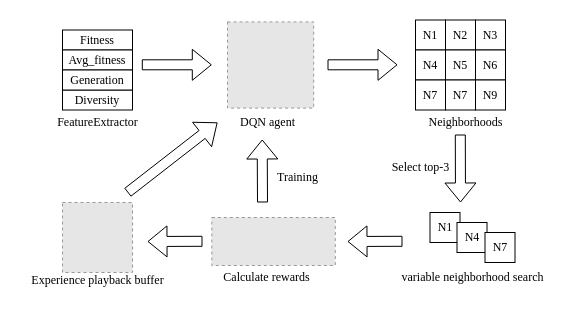
aslongaslihappy/algorithm keeps this draw.io diagram as DQN_Local)serch.drawio. Above is the earlier version. Source tidied: cells renumbered, new cells numbered last; positions are measured from the earlier drawing's top-left corner, leaving out a move shared by most shapes. Both pictures are drawn from the tidied source at 100%, with x=0, y=0 at pixel (17, 20). Pictures stored in the file or linked from it are replaced by grey dashed boxes.
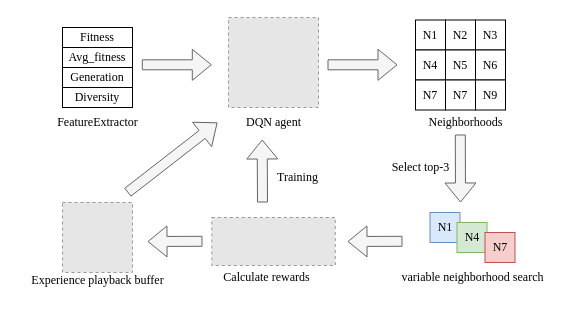
Above is the later version.

Change to the diagram source:
```diff
@@
     <mxCell id="2" value="DQN agent" style="text;html=1;align=center;verticalAlign=middle;strokeColor=none;fillColor=none;fontFamily=Times New Roman;" parent="1" vertex="1">
-      <mxGeometry x="210" y="87" width="80" height="30" as="geometry" />
+      <mxGeometry x="216" y="87" width="80" height="30" as="geometry" />
     </mxCell>
@@
     <mxCell id="5" style="fillColor=#E6E6E6;strokeColor=#999999;dashed=1;verticalLabelPosition=bottom;labelBackgroundColor=default;verticalAlign=top;fontFamily=Times New Roman;" parent="1" vertex="1">
-      <mxGeometry x="210" y="1.4" width="86.2" height="86.2" as="geometry" />
+      <mxGeometry x="211" y="-3" width="90" height="90" as="geometry" />
     </mxCell>
@@
-    <mxCell id="7" style="shape=flexArrow;endArrow=classic;html=1;rounded=0;fontFamily=Times New Roman;" parent="1" edge="1">
+    <mxCell id="7" style="shape=flexArrow;endArrow=classic;html=1;rounded=0;fontFamily=Times New Roman;fillColor=#f5f5f5;strokeColor=#666666;" parent="1" edge="1">
       <mxGeometry relative="1" as="geometry">
         <mxPoint x="310" y="44.3" as="sourcePoint" />
         <mxPoint x="380" y="44.3" as="targetPoint" />
       </mxGeometry>
     </mxCell>
-    <mxCell id="8" style="shape=flexArrow;endArrow=classic;html=1;rounded=0;fontFamily=Times New Roman;" parent="1" edge="1">
+    <mxCell id="8" style="shape=flexArrow;endArrow=classic;html=1;rounded=0;fontFamily=Times New Roman;fillColor=#f5f5f5;strokeColor=#666666;" parent="1" edge="1">
       <mxGeometry relative="1" as="geometry">
         <mxPoint x="124.3" y="44.3" as="sourcePoint" />
         <mxPoint x="194.3" y="44.3" as="targetPoint" />
       </mxGeometry>
     </mxCell>
-    <mxCell id="9" value="N1" style="whiteSpace=wrap;html=1;fontFamily=Times New Roman;" parent="1" vertex="1">
+    <mxCell id="9" value="N1" style="whiteSpace=wrap;html=1;fontFamily=Times New Roman;fillColor=#dae8fc;strokeColor=#6c8ebf;" parent="1" vertex="1">
       <mxGeometry x="412.5" y="192" width="30" height="30" as="geometry" />
     </mxCell>
-    <mxCell id="10" value="N4" style="whiteSpace=wrap;html=1;fontFamily=Times New Roman;" parent="1" vertex="1">
+    <mxCell id="10" value="N4" style="whiteSpace=wrap;html=1;fontFamily=Times New Roman;fillColor=#d5e8d4;strokeColor=#82b366;" parent="1" vertex="1">
       <mxGeometry x="439.5" y="202" width="30" height="30" as="geometry" />
     </mxCell>
-    <mxCell id="11" value="N7" style="whiteSpace=wrap;html=1;fontFamily=Times New Roman;" parent="1" vertex="1">
+    <mxCell id="11" value="N7" style="whiteSpace=wrap;html=1;fontFamily=Times New Roman;fillColor=#f8cecc;strokeColor=#b85450;" parent="1" vertex="1">
       <mxGeometry x="467.5" y="212" width="30" height="30" as="geometry" />
     </mxCell>
@@
-    <mxCell id="13" style="shape=flexArrow;endArrow=classic;html=1;rounded=0;fontFamily=Times New Roman;" parent="1" edge="1">
+    <mxCell id="13" style="shape=flexArrow;endArrow=classic;html=1;rounded=0;fontFamily=Times New Roman;fillColor=#f5f5f5;strokeColor=#666666;" parent="1" edge="1">
       <mxGeometry relative="1" as="geometry">
         <mxPoint x="442.8" y="114" as="sourcePoint" />
         <mxPoint x="443" y="182" as="targetPoint" />
       </mxGeometry>
     </mxCell>
@@
-    <mxCell id="16" style="shape=flexArrow;endArrow=classic;html=1;rounded=0;fontFamily=Times New Roman;" parent="1" edge="1">
+    <mxCell id="16" style="shape=flexArrow;endArrow=classic;html=1;rounded=0;fontFamily=Times New Roman;fillColor=#f5f5f5;strokeColor=#666666;" parent="1" edge="1">
       <mxGeometry relative="1" as="geometry">
         <mxPoint x="185" y="220.8" as="sourcePoint" />
         <mxPoint x="130" y="221" as="targetPoint" />
       </mxGeometry>
     </mxCell>
-    <mxCell id="17" style="shape=flexArrow;endArrow=classic;html=1;rounded=0;fontFamily=Times New Roman;" parent="1" edge="1">
+    <mxCell id="17" style="shape=flexArrow;endArrow=classic;html=1;rounded=0;fontFamily=Times New Roman;fillColor=#f5f5f5;strokeColor=#666666;" parent="1" edge="1">
       <mxGeometry relative="1" as="geometry">
         <mxPoint x="110" y="172" as="sourcePoint" />
         <mxPoint x="200" y="102" as="targetPoint" />
       </mxGeometry>
     </mxCell>
-    <mxCell id="18" style="shape=flexArrow;endArrow=classic;html=1;rounded=0;entryX=0.438;entryY=1.067;entryDx=0;entryDy=0;entryPerimeter=0;fontFamily=Times New Roman;" parent="1" edge="1">
+    <mxCell id="18" style="shape=flexArrow;endArrow=classic;html=1;rounded=0;entryX=0.438;entryY=1.067;entryDx=0;entryDy=0;entryPerimeter=0;fontFamily=Times New Roman;fillColor=#f5f5f5;strokeColor=#666666;" parent="1" edge="1">
       <mxGeometry relative="1" as="geometry">
         <mxPoint x="245" y="182" as="sourcePoint" />
         <mxPoint x="244.7" y="119" as="targetPoint" />
       </mxGeometry>
     </mxCell>
@@
     <mxCell id="30" value="&lt;span style=&quot;font-family: &amp;quot;Times New Roman&amp;quot;; text-wrap-mode: nowrap;&quot;&gt;Fitness&lt;/span&gt;" style="rounded=0;whiteSpace=wrap;html=1;" parent="1" vertex="1">
-      <mxGeometry x="45" y="9.5" width="70" height="20" as="geometry" />
+      <mxGeometry x="45" y="7" width="70" height="20" as="geometry" />
     </mxCell>
     <mxCell id="31" value="&lt;span style=&quot;font-family: &amp;quot;Times New Roman&amp;quot;; text-wrap-mode: nowrap;&quot;&gt;Avg_fitness&lt;/span&gt;" style="rounded=0;whiteSpace=wrap;html=1;" parent="1" vertex="1">
-      <mxGeometry x="45" y="29.5" width="70" height="20" as="geometry" />
+      <mxGeometry x="45" y="27" width="70" height="20" as="geometry" />
     </mxCell>
     <mxCell id="32" value="&lt;span style=&quot;font-family: &amp;quot;Times New Roman&amp;quot;; text-wrap-mode: nowrap;&quot;&gt;Diversity&lt;/span&gt;" style="rounded=0;whiteSpace=wrap;html=1;" parent="1" vertex="1">
-      <mxGeometry x="45" y="69.5" width="70" height="20" as="geometry" />
+      <mxGeometry x="45" y="67" width="70" height="20" as="geometry" />
     </mxCell>
     <mxCell id="33" value="&lt;span style=&quot;font-family: &amp;quot;Times New Roman&amp;quot;; text-wrap-mode: nowrap;&quot;&gt;Generation&lt;/span&gt;" style="rounded=0;whiteSpace=wrap;html=1;" parent="1" vertex="1">
-      <mxGeometry x="45" y="49.5" width="70" height="20" as="geometry" />
+      <mxGeometry x="45" y="47" width="70" height="20" as="geometry" />
     </mxCell>
@@
-    <mxCell id="35" style="shape=flexArrow;endArrow=classic;html=1;rounded=0;fontFamily=Times New Roman;" parent="1" edge="1">
+    <mxCell id="35" style="shape=flexArrow;endArrow=classic;html=1;rounded=0;fontFamily=Times New Roman;fillColor=#f5f5f5;strokeColor=#666666;" parent="1" edge="1">
       <mxGeometry relative="1" as="geometry">
         <mxPoint x="385" y="220.8" as="sourcePoint" />
         <mxPoint x="330" y="221" as="targetPoint" />
       </mxGeometry>
     </mxCell>
```
